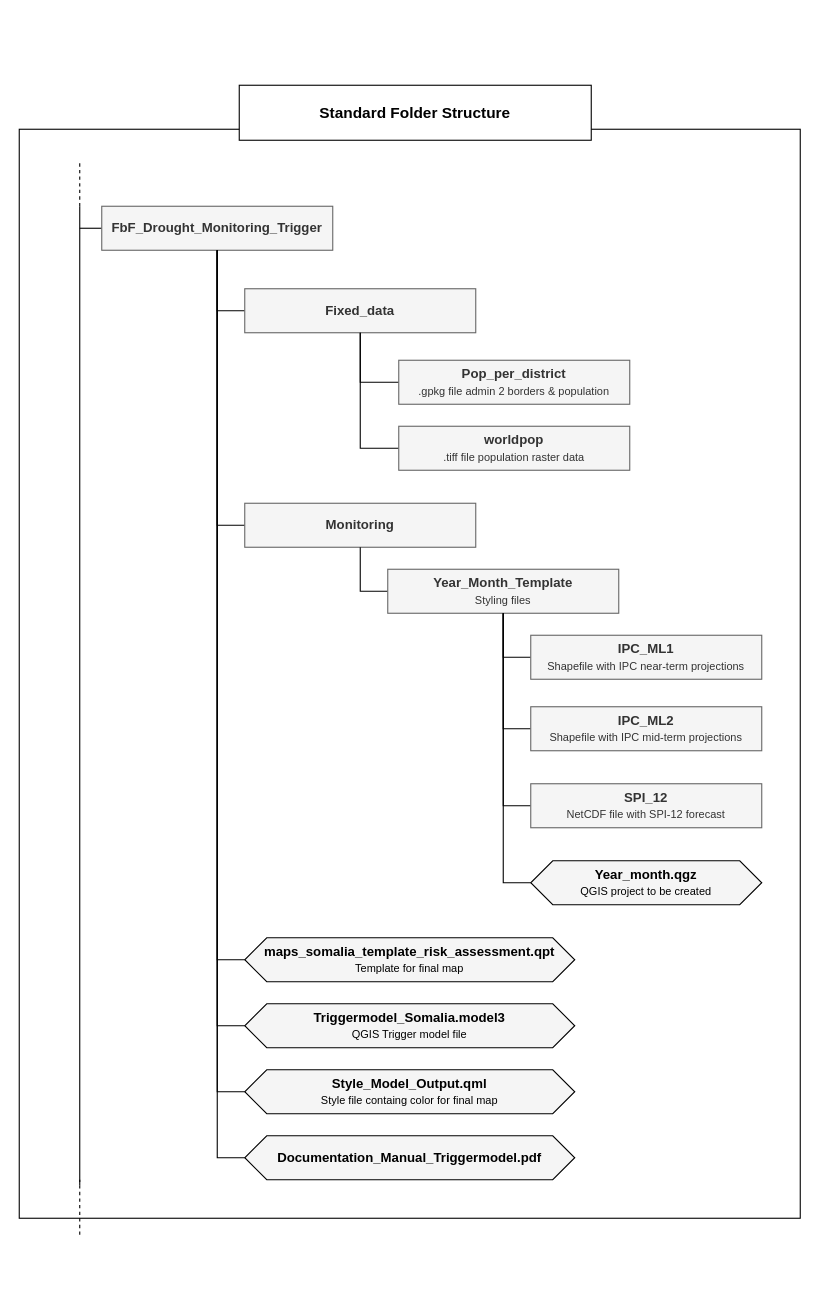
The draw.io diagram fig/Folder_structure_FbF_Drought_Monitoring_Trigger.drawio in GIScience/gis-training-resource-center, before the edit. Source tidied: cells renumbered, new cells numbered last; positions are measured from the earlier drawing's top-left corner, leaving out a move shared by most shapes. Both pictures are drawn from the tidied source at 110%, with x=0, y=0 at pixel (19, 85).
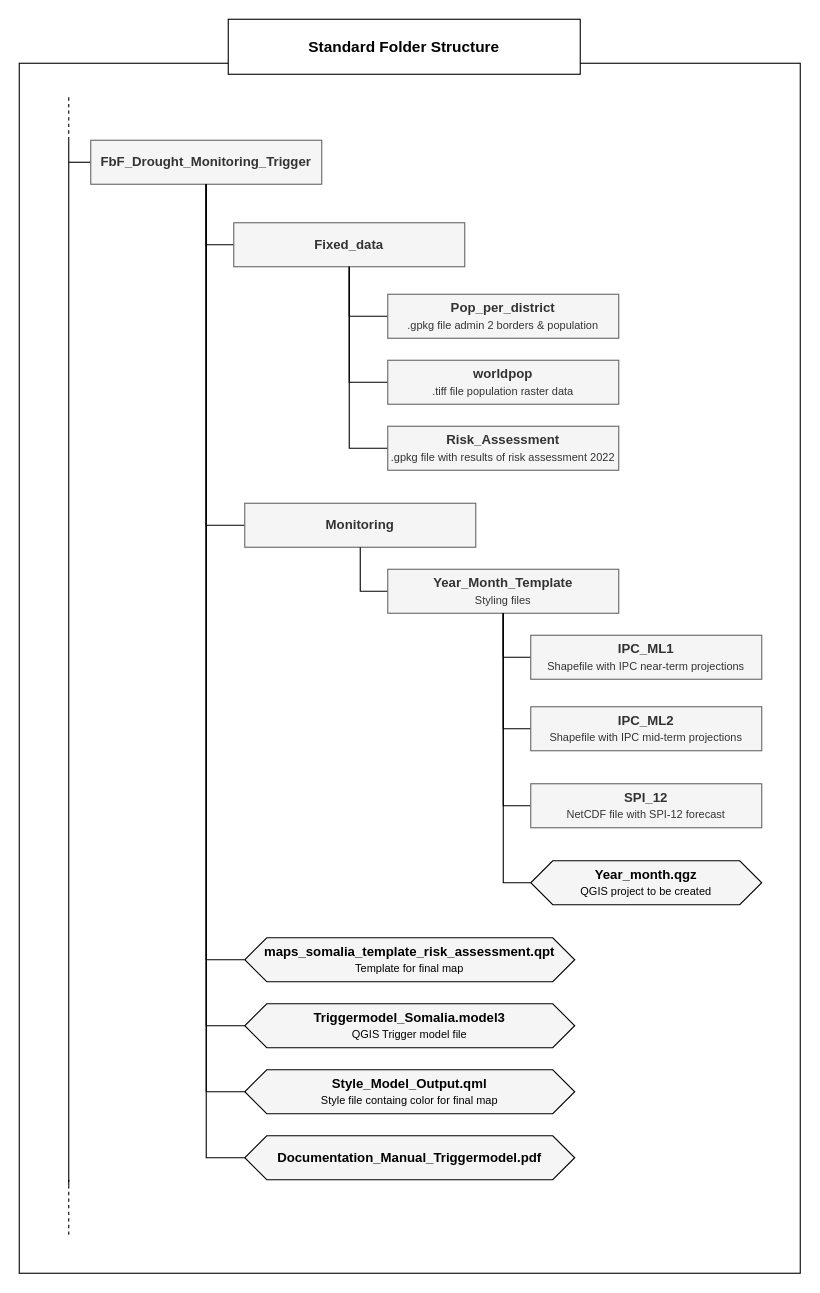
After the change.

The edit, as a diff of the source:
```diff
@@
     <mxCell id="2" style="rounded=0;whiteSpace=wrap;html=1;" parent="1" vertex="1">
-      <mxGeometry y="40" width="710" height="990" as="geometry" />
+      <mxGeometry y="-20" width="710" height="1100" as="geometry" />
     </mxCell>
     <mxCell id="3" style="endArrow=none;html=1;rounded=0;" parent="1" edge="1">
       <mxGeometry relative="1" as="geometry">
-        <mxPoint x="55" y="1000" as="sourcePoint" />
-        <mxPoint x="55" y="110" as="targetPoint" />
+        <mxPoint x="45" y="1000" as="sourcePoint" />
+        <mxPoint x="45" y="50" as="targetPoint" />
       </mxGeometry>
     </mxCell>
     <mxCell id="4" style="endArrow=none;dashed=1;html=1;rounded=0;" parent="1" edge="1">
       <mxGeometry relative="1" as="geometry">
-        <mxPoint x="55" y="110" as="sourcePoint" />
-        <mxPoint x="55" y="70" as="targetPoint" />
+        <mxPoint x="45" y="50" as="sourcePoint" />
+        <mxPoint x="45" y="10" as="targetPoint" />
       </mxGeometry>
     </mxCell>
     <mxCell id="5" style="edgeStyle=orthogonalEdgeStyle;rounded=0;jettySize=auto;html=1;endArrow=none;endFill=0;" parent="1" edge="1" source="6">
       <mxGeometry relative="1" as="geometry">
-        <mxPoint x="55" y="130" as="targetPoint" />
+        <mxPoint x="45" y="70" as="targetPoint" />
       </mxGeometry>
     </mxCell>
     <mxCell id="6" value="&lt;b&gt;FbF_Drought_Monitoring_Trigger&lt;/b&gt;" style="rounded=0;whiteSpace=wrap;html=1;fillColor=#f5f5f5;fontColor=#333333;strokeColor=#666666;fontStyle=0;" parent="1" vertex="1">
-      <mxGeometry x="75" y="110" width="210" height="40" as="geometry" />
+      <mxGeometry x="65" y="50" width="210" height="40" as="geometry" />
     </mxCell>
@@
     <mxCell id="8" value="&lt;font style=&quot;&quot;&gt;&lt;b&gt;Fixed_data&lt;/b&gt;&lt;br&gt;&lt;/font&gt;" style="rounded=0;whiteSpace=wrap;html=1;fillColor=#f5f5f5;fontColor=#333333;strokeColor=#666666;fontStyle=0;" parent="1" vertex="1">
-      <mxGeometry x="205" y="185" width="210" height="40" as="geometry" />
+      <mxGeometry x="195" y="125" width="210" height="40" as="geometry" />
     </mxCell>
@@
     <mxCell id="13" value="&lt;p class=&quot;MsoNormal&quot;&gt;&lt;font size=&quot;1&quot; style=&quot;&quot;&gt;&lt;b style=&quot;font-size: 14px;&quot;&gt;Standard Folder Structure&lt;/b&gt;&lt;/font&gt;&lt;/p&gt;" style="rounded=0;whiteSpace=wrap;html=1;" parent="1" vertex="1">
-      <mxGeometry x="200" width="320" height="50" as="geometry" />
+      <mxGeometry x="190" y="-60" width="320" height="50" as="geometry" />
     </mxCell>
     <mxCell id="14" style="endArrow=none;dashed=1;html=1;rounded=0;" parent="1" edge="1">
       <mxGeometry relative="1" as="geometry">
-        <mxPoint x="55" y="1045" as="sourcePoint" />
-        <mxPoint x="55" y="995" as="targetPoint" />
+        <mxPoint x="45" y="1045" as="sourcePoint" />
+        <mxPoint x="45" y="995" as="targetPoint" />
       </mxGeometry>
     </mxCell>
@@
     <mxCell id="32" value="&lt;font style=&quot;&quot;&gt;&lt;b&gt;Pop_per_district&lt;br&gt;&lt;/b&gt;&lt;span style=&quot;font-size: 10px;&quot;&gt;.gpkg file admin 2 borders &amp;amp; population&lt;/span&gt;&lt;br&gt;&lt;/font&gt;" style="rounded=0;whiteSpace=wrap;html=1;fillColor=#f5f5f5;fontColor=#333333;strokeColor=#666666;fontStyle=0;" parent="1" vertex="1">
-      <mxGeometry x="345" y="250" width="210" height="40" as="geometry" />
+      <mxGeometry x="335" y="190" width="210" height="40" as="geometry" />
     </mxCell>
@@
     <mxCell id="34" value="&lt;font style=&quot;&quot;&gt;&lt;b&gt;worldpop&lt;br&gt;&lt;/b&gt;&lt;span style=&quot;font-size: 10px;&quot;&gt;.tiff file population raster data&lt;/span&gt;&lt;br&gt;&lt;/font&gt;" style="rounded=0;whiteSpace=wrap;html=1;fillColor=#f5f5f5;fontColor=#333333;strokeColor=#666666;fontStyle=0;" parent="1" vertex="1">
-      <mxGeometry x="345" y="310" width="210" height="40" as="geometry" />
+      <mxGeometry x="335" y="250" width="210" height="40" as="geometry" />
     </mxCell>
+    <mxCell id="35" style="edgeStyle=orthogonalEdgeStyle;rounded=0;jettySize=auto;html=1;entryX=0.5;entryY=1;entryDx=0;entryDy=0;exitX=0;exitY=0.5;exitDx=0;exitDy=0;endArrow=none;endFill=0;" parent="1" edge="1" source="36" target="8">
+      <mxGeometry relative="1" as="geometry" />
+    </mxCell>
+    <mxCell id="36" value="&lt;font style=&quot;&quot;&gt;&lt;b&gt;Risk_Assessment&lt;br&gt;&lt;/b&gt;&lt;span style=&quot;font-size: 10px;&quot;&gt;.gpkg file with results of risk assessment 2022&lt;/span&gt;&lt;br&gt;&lt;/font&gt;" style="rounded=0;whiteSpace=wrap;html=1;fillColor=#f5f5f5;fontColor=#333333;strokeColor=#666666;fontStyle=0;" parent="1" vertex="1">
+      <mxGeometry x="335" y="310" width="210" height="40" as="geometry" />
+    </mxCell>
```
